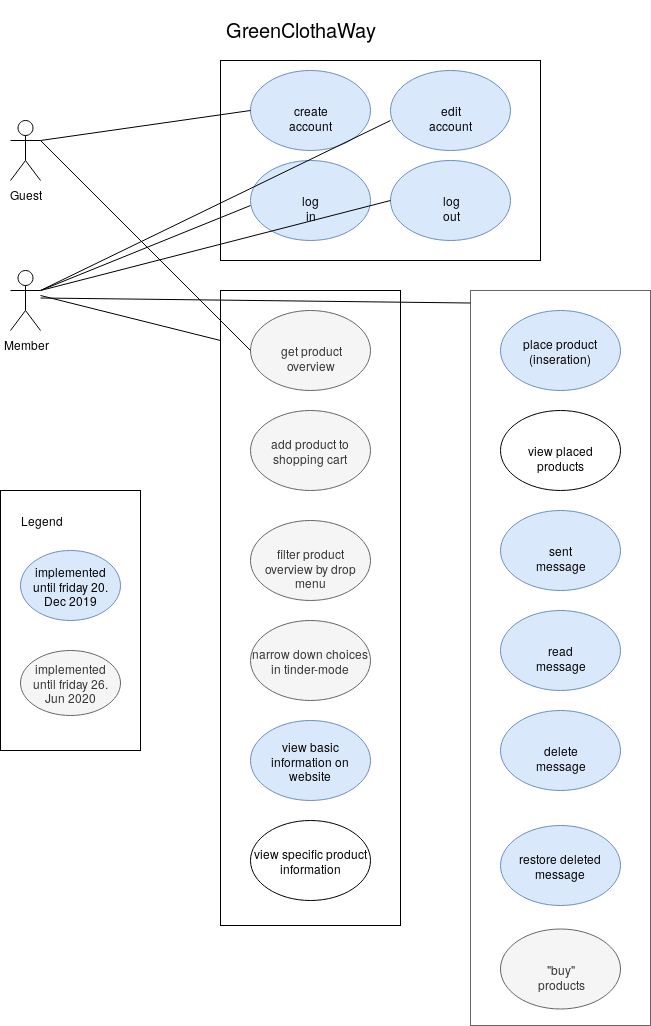
Earlier version of the draw.io export doc/GCW_UML.png (enrikb/Website). Source tidied: cells renumbered, new cells last; positions are measured from the earlier drawing's top-left corner, leaving out a move shared by most shapes.
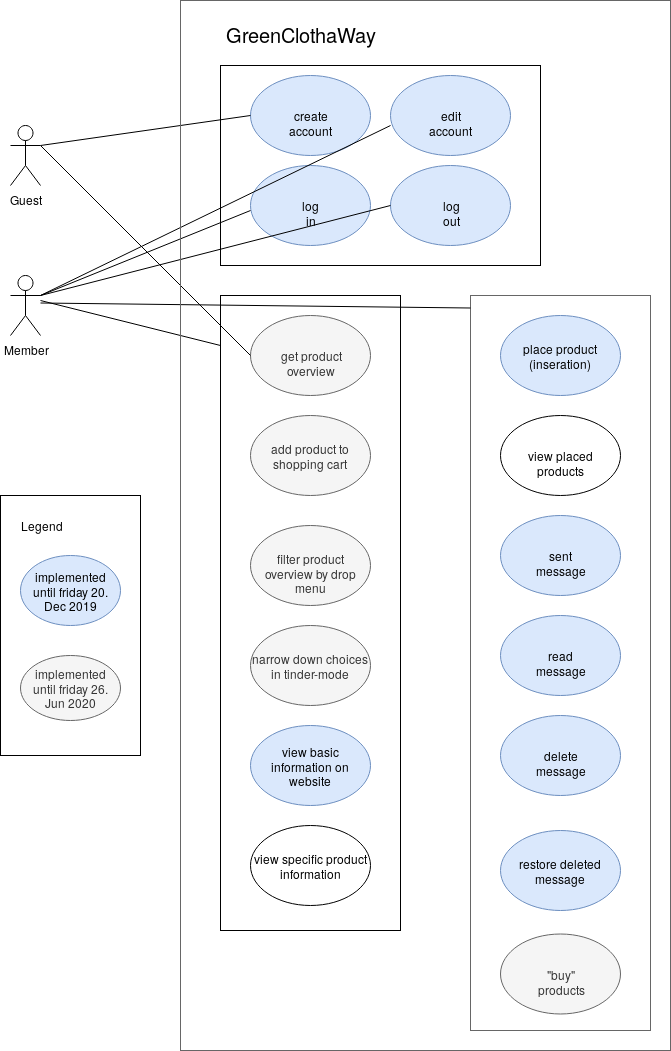
After the commit.

Change to the diagram source:
```diff
@@ -120,5 +120,8 @@
     <mxCell id="35" value="view placed products" style="ellipse;whiteSpace=wrap;html=1;" parent="1" vertex="1">
       <mxGeometry x="500" y="410" width="120" height="80" as="geometry" />
     </mxCell>
+    <mxCell id="36" style="rounded=0;whiteSpace=wrap;html=1;fillColor=none;strokeColor=#666666;fontColor=#333333;" parent="1" vertex="1">
+      <mxGeometry x="180" y="-5" width="490" height="1050" as="geometry" />
+    </mxCell>
   </root>
 </mxGraphModel>
```
